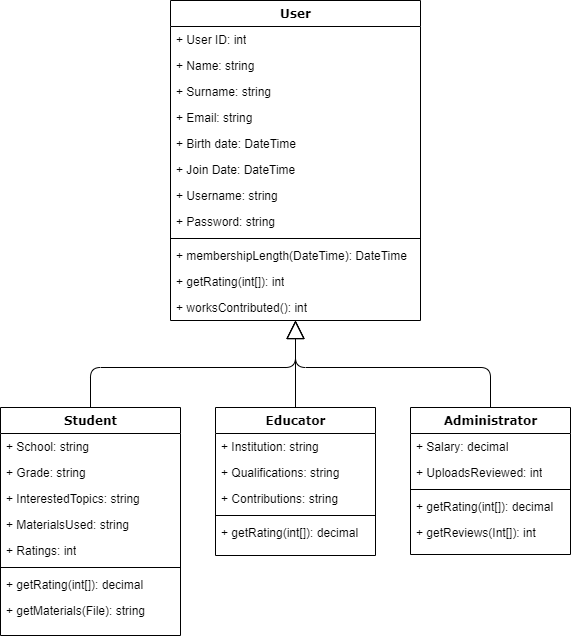
u17004111/u17004111_HW04 keeps this draw.io diagram as u17004111_HW04/Resources/Other_Images/Diagrams/Class_diagram_rev1.0.png. Above is the earlier version. Source tidied: cells renumbered, new cells last; positions are measured from the earlier drawing's top-left corner, leaving out a move shared by most shapes.
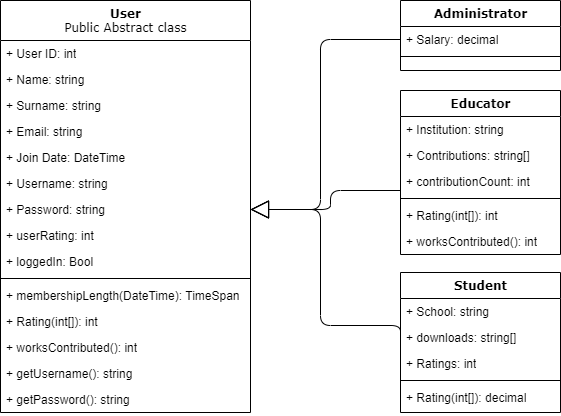
The same file after the commit.

Change to the diagram source:
```diff
@@ -2,126 +2,125 @@
   <root>
     <mxCell id="0" />
     <mxCell id="1" parent="0" />
-    <mxCell id="2" value="User" style="swimlane;html=1;fontStyle=1;align=center;verticalAlign=top;horizontal=1;startSize=26;swimlaneFillColor=#ffffff;rounded=0;shadow=0;comic=0;labelBackgroundColor=none;strokeWidth=1;fillColor=none;fontFamily=Verdana;fontSize=12;" parent="1" vertex="1">
-      <mxGeometry x="170" width="250" height="320" as="geometry" />
+    <mxCell id="2" value="User&lt;br&gt;&lt;span style=&quot;font-weight: normal;&quot;&gt;Public Abstract class&lt;/span&gt;" style="swimlane;html=1;fontStyle=1;align=center;verticalAlign=top;horizontal=1;startSize=40;swimlaneFillColor=#ffffff;rounded=0;shadow=0;comic=0;labelBackgroundColor=none;strokeWidth=1;fillColor=none;fontFamily=Verdana;fontSize=12;" parent="1" vertex="1">
+      <mxGeometry x="-270" y="-43" width="250" height="412" as="geometry" />
     </mxCell>
     <mxCell id="3" value="+ User ID: int" style="text;html=1;strokeColor=none;fillColor=none;align=left;verticalAlign=top;spacingLeft=4;spacingRight=4;whiteSpace=wrap;overflow=hidden;" parent="2" vertex="1">
-      <mxGeometry y="26" width="250" height="26" as="geometry" />
+      <mxGeometry y="40" width="250" height="26" as="geometry" />
     </mxCell>
     <mxCell id="4" value="+ Name: string" style="text;html=1;strokeColor=none;fillColor=none;align=left;verticalAlign=top;spacingLeft=4;spacingRight=4;whiteSpace=wrap;overflow=hidden;" parent="2" vertex="1">
-      <mxGeometry y="52" width="250" height="26" as="geometry" />
+      <mxGeometry y="66" width="250" height="26" as="geometry" />
     </mxCell>
     <mxCell id="5" value="+ Surname: string" style="text;html=1;strokeColor=none;fillColor=none;align=left;verticalAlign=top;spacingLeft=4;spacingRight=4;whiteSpace=wrap;overflow=hidden;" parent="2" vertex="1">
-      <mxGeometry y="78" width="250" height="26" as="geometry" />
+      <mxGeometry y="92" width="250" height="26" as="geometry" />
     </mxCell>
     <mxCell id="6" value="+ Email: string" style="text;html=1;strokeColor=none;fillColor=none;align=left;verticalAlign=top;spacingLeft=4;spacingRight=4;whiteSpace=wrap;overflow=hidden;" parent="2" vertex="1">
-      <mxGeometry y="104" width="250" height="26" as="geometry" />
+      <mxGeometry y="118" width="250" height="26" as="geometry" />
     </mxCell>
-    <mxCell id="7" value="+ Birth date: DateTime" style="text;html=1;strokeColor=none;fillColor=none;align=left;verticalAlign=top;spacingLeft=4;spacingRight=4;whiteSpace=wrap;overflow=hidden;" parent="2" vertex="1">
-      <mxGeometry y="130" width="250" height="26" as="geometry" />
-    </mxCell>
     <mxCell id="8" value="+ Join Date: DateTime" style="text;html=1;strokeColor=none;fillColor=none;align=left;verticalAlign=top;spacingLeft=4;spacingRight=4;whiteSpace=wrap;overflow=hidden;" parent="2" vertex="1">
-      <mxGeometry y="156" width="250" height="26" as="geometry" />
+      <mxGeometry y="144" width="250" height="26" as="geometry" />
     </mxCell>
     <mxCell id="9" value="+ Username: string" style="text;html=1;strokeColor=none;fillColor=none;align=left;verticalAlign=top;spacingLeft=4;spacingRight=4;whiteSpace=wrap;overflow=hidden;" parent="2" vertex="1">
-      <mxGeometry y="182" width="250" height="26" as="geometry" />
+      <mxGeometry y="170" width="250" height="26" as="geometry" />
     </mxCell>
     <mxCell id="10" value="+ Password: string" style="text;html=1;strokeColor=none;fillColor=none;align=left;verticalAlign=top;spacingLeft=4;spacingRight=4;whiteSpace=wrap;overflow=hidden;points=[[0,0.5],[1,0.5]];portConstraint=eastwest;" parent="2" vertex="1">
-      <mxGeometry y="208" width="250" height="26" as="geometry" />
+      <mxGeometry y="196" width="250" height="26" as="geometry" />
     </mxCell>
+    <mxCell id="39" value="+ userRating: int" style="text;html=1;strokeColor=none;fillColor=none;align=left;verticalAlign=top;spacingLeft=4;spacingRight=4;whiteSpace=wrap;overflow=hidden;" parent="2" vertex="1">
+      <mxGeometry y="222" width="250" height="26" as="geometry" />
+    </mxCell>
+    <mxCell id="40" value="+ loggedIn: Bool" style="text;html=1;strokeColor=none;fillColor=none;align=left;verticalAlign=top;spacingLeft=4;spacingRight=4;whiteSpace=wrap;overflow=hidden;" parent="2" vertex="1">
+      <mxGeometry y="248" width="250" height="26" as="geometry" />
+    </mxCell>
     <mxCell id="11" style="line;html=1;strokeWidth=1;fillColor=none;align=left;verticalAlign=middle;spacingTop=-1;spacingLeft=3;spacingRight=3;labelPosition=right;" parent="2" vertex="1">
-      <mxGeometry y="234" width="250" height="8" as="geometry" />
+      <mxGeometry y="274" width="250" height="8" as="geometry" />
     </mxCell>
-    <mxCell id="12" value="+ membershipLength(DateTime): DateTime" style="text;html=1;strokeColor=none;fillColor=none;align=left;verticalAlign=top;spacingLeft=4;spacingRight=4;whiteSpace=wrap;overflow=hidden;" parent="2" vertex="1">
-      <mxGeometry y="242" width="250" height="26" as="geometry" />
+    <mxCell id="12" value="+ membershipLength(DateTime): TimeSpan" style="text;html=1;strokeColor=none;fillColor=none;align=left;verticalAlign=top;spacingLeft=4;spacingRight=4;whiteSpace=wrap;overflow=hidden;" parent="2" vertex="1">
+      <mxGeometry y="282" width="250" height="26" as="geometry" />
     </mxCell>
-    <mxCell id="13" value="+ getRating(int[]): int" style="text;html=1;strokeColor=none;fillColor=none;align=left;verticalAlign=top;spacingLeft=4;spacingRight=4;whiteSpace=wrap;overflow=hidden;" parent="2" vertex="1">
-      <mxGeometry y="268" width="250" height="26" as="geometry" />
+    <mxCell id="13" value="+ Rating(int[]): int" style="text;html=1;strokeColor=none;fillColor=none;align=left;verticalAlign=top;spacingLeft=4;spacingRight=4;whiteSpace=wrap;overflow=hidden;" parent="2" vertex="1">
+      <mxGeometry y="308" width="250" height="26" as="geometry" />
     </mxCell>
     <mxCell id="14" value="+ worksContributed(): int" style="text;html=1;strokeColor=none;fillColor=none;align=left;verticalAlign=top;spacingLeft=4;spacingRight=4;whiteSpace=wrap;overflow=hidden;" parent="2" vertex="1">
-      <mxGeometry y="294" width="250" height="26" as="geometry" />
+      <mxGeometry y="334" width="250" height="26" as="geometry" />
     </mxCell>
+    <mxCell id="41" value="+ getUsername(): string" style="text;html=1;strokeColor=none;fillColor=none;align=left;verticalAlign=top;spacingLeft=4;spacingRight=4;whiteSpace=wrap;overflow=hidden;" parent="2" vertex="1">
+      <mxGeometry y="360" width="250" height="26" as="geometry" />
+    </mxCell>
+    <mxCell id="42" value="+ getPassword(): string" style="text;html=1;strokeColor=none;fillColor=none;align=left;verticalAlign=top;spacingLeft=4;spacingRight=4;whiteSpace=wrap;overflow=hidden;" parent="2" vertex="1">
+      <mxGeometry y="386" width="250" height="26" as="geometry" />
+    </mxCell>
-    <mxCell id="15" style="edgeStyle=orthogonalEdgeStyle;html=1;labelBackgroundColor=none;startFill=0;startSize=8;endArrow=block;endFill=0;endSize=16;fontFamily=Verdana;fontSize=12;entryX=0.5;entryY=1;entryDx=0;entryDy=0;exitX=0.5;exitY=0;exitDx=0;exitDy=0;" parent="1" edge="1" source="16" target="2">
+    <mxCell id="15" style="edgeStyle=orthogonalEdgeStyle;html=1;labelBackgroundColor=none;startFill=0;startSize=8;endArrow=block;endFill=0;endSize=16;fontFamily=Verdana;fontSize=12;exitX=0;exitY=0.5;exitDx=0;exitDy=0;entryX=1;entryY=0.5;entryDx=0;entryDy=0;" parent="1" edge="1" source="20" target="10">
       <mxGeometry relative="1" as="geometry">
         <Array as="points">
-          <mxPoint x="90" y="367" />
-          <mxPoint x="295" y="367" />
+          <mxPoint x="50" y="282" />
+          <mxPoint x="50" y="166" />
         </Array>
       </mxGeometry>
     </mxCell>
     <mxCell id="16" value="Student" style="swimlane;html=1;fontStyle=1;align=center;verticalAlign=top;horizontal=1;startSize=26;swimlaneFillColor=#ffffff;rounded=0;shadow=0;comic=0;labelBackgroundColor=none;strokeWidth=1;fillColor=none;fontFamily=Verdana;fontSize=12;" parent="1" vertex="1">
-      <mxGeometry y="407" width="180" height="228" as="geometry" />
+      <mxGeometry x="130" y="229" width="160" height="140" as="geometry" />
     </mxCell>
     <mxCell id="17" value="+ School: string" style="text;html=1;strokeColor=none;fillColor=none;align=left;verticalAlign=top;spacingLeft=4;spacingRight=4;whiteSpace=wrap;overflow=hidden;" parent="16" vertex="1">
-      <mxGeometry y="26" width="180" height="26" as="geometry" />
+      <mxGeometry y="26" width="160" height="26" as="geometry" />
     </mxCell>
-    <mxCell id="18" value="+ Grade: string" style="text;html=1;strokeColor=none;fillColor=none;align=left;verticalAlign=top;spacingLeft=4;spacingRight=4;whiteSpace=wrap;overflow=hidden;" parent="16" vertex="1">
-      <mxGeometry y="52" width="180" height="26" as="geometry" />
-    </mxCell>
-    <mxCell id="19" value="+ InterestedTopics: string" style="text;html=1;strokeColor=none;fillColor=none;align=left;verticalAlign=top;spacingLeft=4;spacingRight=4;whiteSpace=wrap;overflow=hidden;" parent="16" vertex="1">
-      <mxGeometry y="78" width="180" height="26" as="geometry" />
-    </mxCell>
-    <mxCell id="20" value="+ MaterialsUsed: string" style="text;html=1;strokeColor=none;fillColor=none;align=left;verticalAlign=top;spacingLeft=4;spacingRight=4;whiteSpace=wrap;overflow=hidden;points=[[0,0.5],[1,0.5]];portConstraint=eastwest;" parent="16" vertex="1">
-      <mxGeometry y="104" width="180" height="26" as="geometry" />
+    <mxCell id="20" value="+ downloads: string[]" style="text;html=1;strokeColor=none;fillColor=none;align=left;verticalAlign=top;spacingLeft=4;spacingRight=4;whiteSpace=wrap;overflow=hidden;points=[[0,0.5],[1,0.5]];portConstraint=eastwest;" parent="16" vertex="1">
+      <mxGeometry y="52" width="160" height="26" as="geometry" />
     </mxCell>
     <mxCell id="21" value="+ Ratings: int" style="text;html=1;strokeColor=none;fillColor=none;align=left;verticalAlign=top;spacingLeft=4;spacingRight=4;whiteSpace=wrap;overflow=hidden;" parent="16" vertex="1">
-      <mxGeometry y="130" width="180" height="26" as="geometry" />
+      <mxGeometry y="78" width="160" height="26" as="geometry" />
     </mxCell>
     <mxCell id="22" style="line;html=1;strokeWidth=1;fillColor=none;align=left;verticalAlign=middle;spacingTop=-1;spacingLeft=3;spacingRight=3;labelPosition=right;" parent="16" vertex="1">
-      <mxGeometry y="156" width="180" height="8" as="geometry" />
+      <mxGeometry y="104" width="160" height="8" as="geometry" />
     </mxCell>
-    <mxCell id="23" value="+ getRating(int[]): decimal" style="text;html=1;strokeColor=none;fillColor=none;align=left;verticalAlign=top;spacingLeft=4;spacingRight=4;whiteSpace=wrap;overflow=hidden;" parent="16" vertex="1">
-      <mxGeometry y="164" width="180" height="26" as="geometry" />
+    <mxCell id="23" value="+ Rating(int[]): decimal" style="text;html=1;strokeColor=none;fillColor=none;align=left;verticalAlign=top;spacingLeft=4;spacingRight=4;whiteSpace=wrap;overflow=hidden;" parent="16" vertex="1">
+      <mxGeometry y="112" width="160" height="28" as="geometry" />
     </mxCell>
-    <mxCell id="24" value="+ getMaterials(File): string" style="text;html=1;strokeColor=none;fillColor=none;align=left;verticalAlign=top;spacingLeft=4;spacingRight=4;whiteSpace=wrap;overflow=hidden;" parent="16" vertex="1">
-      <mxGeometry y="190" width="180" height="26" as="geometry" />
-    </mxCell>
-    <mxCell id="25" style="edgeStyle=orthogonalEdgeStyle;html=1;labelBackgroundColor=none;startFill=0;startSize=8;endArrow=block;endFill=0;endSize=16;fontFamily=Verdana;fontSize=12;" parent="1" edge="1" source="26" target="2">
-      <mxGeometry relative="1" as="geometry" />
+    <mxCell id="25" style="edgeStyle=orthogonalEdgeStyle;html=1;labelBackgroundColor=none;startFill=0;startSize=8;endArrow=block;endFill=0;endSize=16;fontFamily=Verdana;fontSize=12;entryX=1;entryY=0.5;entryDx=0;entryDy=0;" parent="1" edge="1" source="26" target="10">
+      <mxGeometry relative="1" as="geometry">
+        <Array as="points">
+          <mxPoint x="60" y="147" />
+          <mxPoint x="60" y="166" />
+        </Array>
+      </mxGeometry>
     </mxCell>
     <mxCell id="26" value="Educator" style="swimlane;html=1;fontStyle=1;align=center;verticalAlign=top;horizontal=1;startSize=26;swimlaneFillColor=#ffffff;rounded=0;shadow=0;comic=0;labelBackgroundColor=none;strokeWidth=1;fillColor=none;fontFamily=Verdana;fontSize=12;" parent="1" vertex="1">
-      <mxGeometry x="215" y="407" width="160" height="148" as="geometry" />
+      <mxGeometry x="130" y="47" width="160" height="164" as="geometry" />
     </mxCell>
     <mxCell id="27" value="+ Institution: string" style="text;html=1;strokeColor=none;fillColor=none;align=left;verticalAlign=top;spacingLeft=4;spacingRight=4;whiteSpace=wrap;overflow=hidden;" parent="26" vertex="1">
       <mxGeometry y="26" width="160" height="26" as="geometry" />
     </mxCell>
-    <mxCell id="28" value="+ Qualifications: string" style="text;html=1;strokeColor=none;fillColor=none;align=left;verticalAlign=top;spacingLeft=4;spacingRight=4;whiteSpace=wrap;overflow=hidden;" parent="26" vertex="1">
-      <mxGeometry y="52" width="160" height="26" as="geometry" />
-    </mxCell>
-    <mxCell id="29" value="+ Contributions: string" style="text;html=1;strokeColor=none;fillColor=none;align=left;verticalAlign=top;spacingLeft=4;spacingRight=4;whiteSpace=wrap;overflow=hidden;" parent="26" vertex="1">
-      <mxGeometry y="78" width="160" height="26" as="geometry" />
+    <mxCell id="29" value="+ Contributions: string[]" style="text;html=1;strokeColor=none;fillColor=none;align=left;verticalAlign=top;spacingLeft=4;spacingRight=4;whiteSpace=wrap;overflow=hidden;" parent="26" vertex="1">
+      <mxGeometry y="52" width="160" height="26" as="geometry" />
     </mxCell>
+    <mxCell id="43" value="+ contributionCount: int" style="text;html=1;strokeColor=none;fillColor=none;align=left;verticalAlign=top;spacingLeft=4;spacingRight=4;whiteSpace=wrap;overflow=hidden;" parent="26" vertex="1">
+      <mxGeometry y="78" width="160" height="26" as="geometry" />
+    </mxCell>
     <mxCell id="30" style="line;html=1;strokeWidth=1;fillColor=none;align=left;verticalAlign=middle;spacingTop=-1;spacingLeft=3;spacingRight=3;labelPosition=right;" parent="26" vertex="1">
       <mxGeometry y="104" width="160" height="8" as="geometry" />
     </mxCell>
-    <mxCell id="31" value="+ getRating(int[]): decimal" style="text;html=1;strokeColor=none;fillColor=none;align=left;verticalAlign=top;spacingLeft=4;spacingRight=4;whiteSpace=wrap;overflow=hidden;" parent="26" vertex="1">
+    <mxCell id="31" value="+ Rating(int[]): int" style="text;html=1;strokeColor=none;fillColor=none;align=left;verticalAlign=top;spacingLeft=4;spacingRight=4;whiteSpace=wrap;overflow=hidden;" parent="26" vertex="1">
       <mxGeometry y="112" width="160" height="26" as="geometry" />
     </mxCell>
+    <mxCell id="44" value="+ worksContributed(): int" style="text;html=1;strokeColor=none;fillColor=none;align=left;verticalAlign=top;spacingLeft=4;spacingRight=4;whiteSpace=wrap;overflow=hidden;" parent="26" vertex="1">
+      <mxGeometry y="138" width="160" height="26" as="geometry" />
+    </mxCell>
-    <mxCell id="32" style="edgeStyle=orthogonalEdgeStyle;html=1;labelBackgroundColor=none;startFill=0;startSize=8;endArrow=block;endFill=0;endSize=16;fontFamily=Verdana;fontSize=12;entryX=0.5;entryY=1;entryDx=0;entryDy=0;" parent="1" edge="1" source="33" target="2">
+    <mxCell id="32" style="edgeStyle=orthogonalEdgeStyle;html=1;labelBackgroundColor=none;startFill=0;startSize=8;endArrow=block;endFill=0;endSize=16;fontFamily=Verdana;fontSize=12;entryX=1;entryY=0.5;entryDx=0;entryDy=0;exitX=0;exitY=0.5;exitDx=0;exitDy=0;" parent="1" edge="1" source="34" target="10">
       <mxGeometry relative="1" as="geometry">
         <Array as="points">
-          <mxPoint x="490" y="367" />
-          <mxPoint x="295" y="367" />
+          <mxPoint x="50" y="-4" />
+          <mxPoint x="50" y="166" />
         </Array>
       </mxGeometry>
     </mxCell>
     <mxCell id="33" value="Administrator" style="swimlane;html=1;fontStyle=1;align=center;verticalAlign=top;horizontal=1;startSize=26;swimlaneFillColor=#ffffff;rounded=0;shadow=0;comic=0;labelBackgroundColor=none;strokeWidth=1;fillColor=none;fontFamily=Verdana;fontSize=12;" parent="1" vertex="1">
-      <mxGeometry x="410" y="407" width="160" height="147" as="geometry" />
+      <mxGeometry x="130" y="-43" width="160" height="70" as="geometry" />
     </mxCell>
     <mxCell id="34" value="+ Salary: decimal" style="text;html=1;strokeColor=none;fillColor=none;align=left;verticalAlign=top;spacingLeft=4;spacingRight=4;whiteSpace=wrap;overflow=hidden;points=[[0,0.5],[1,0.5]];portConstraint=eastwest;" parent="33" vertex="1">
       <mxGeometry y="26" width="160" height="26" as="geometry" />
     </mxCell>
-    <mxCell id="35" value="+ UploadsReviewed: int" style="text;html=1;strokeColor=none;fillColor=none;align=left;verticalAlign=top;spacingLeft=4;spacingRight=4;whiteSpace=wrap;overflow=hidden;" parent="33" vertex="1">
-      <mxGeometry y="52" width="160" height="26" as="geometry" />
-    </mxCell>
     <mxCell id="36" style="line;html=1;strokeWidth=1;fillColor=none;align=left;verticalAlign=middle;spacingTop=-1;spacingLeft=3;spacingRight=3;labelPosition=right;" parent="33" vertex="1">
-      <mxGeometry y="78" width="160" height="8" as="geometry" />
+      <mxGeometry y="52" width="160" height="8" as="geometry" />
     </mxCell>
-    <mxCell id="37" value="+ getRating(int[]): decimal" style="text;html=1;strokeColor=none;fillColor=none;align=left;verticalAlign=top;spacingLeft=4;spacingRight=4;whiteSpace=wrap;overflow=hidden;" parent="33" vertex="1">
-      <mxGeometry y="86" width="160" height="26" as="geometry" />
-    </mxCell>
-    <mxCell id="38" value="+ getReviews(Int[]): int" style="text;html=1;strokeColor=none;fillColor=none;align=left;verticalAlign=top;spacingLeft=4;spacingRight=4;whiteSpace=wrap;overflow=hidden;" parent="33" vertex="1">
-      <mxGeometry y="112" width="160" height="26" as="geometry" />
-    </mxCell>
   </root>
 </mxGraphModel>
```
